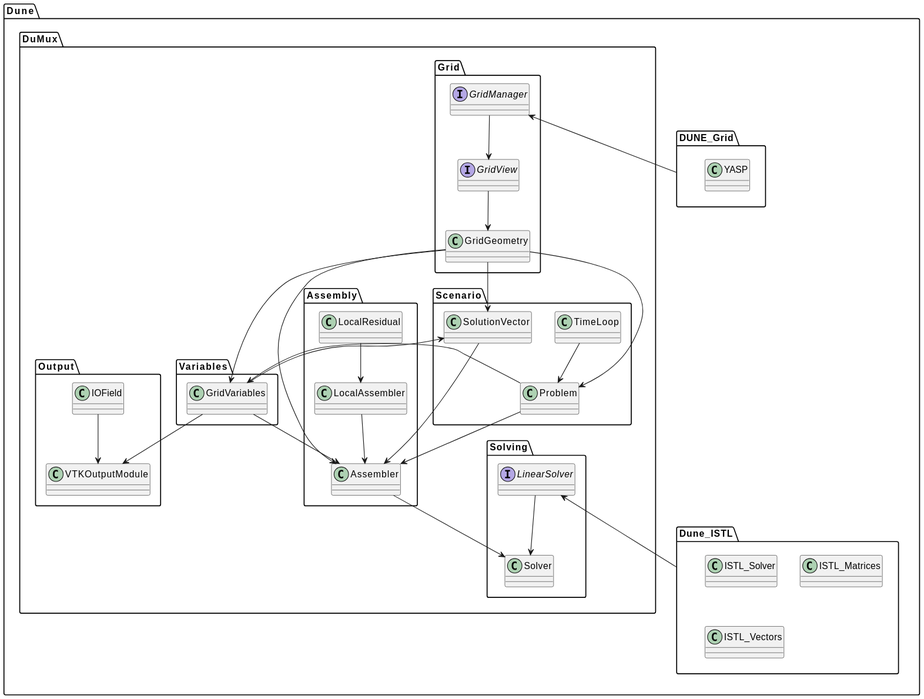
dumux/dumux keeps this PlantUML diagram as doc/doxygen/PUML/HLDD.svg. Above is the earlier version.
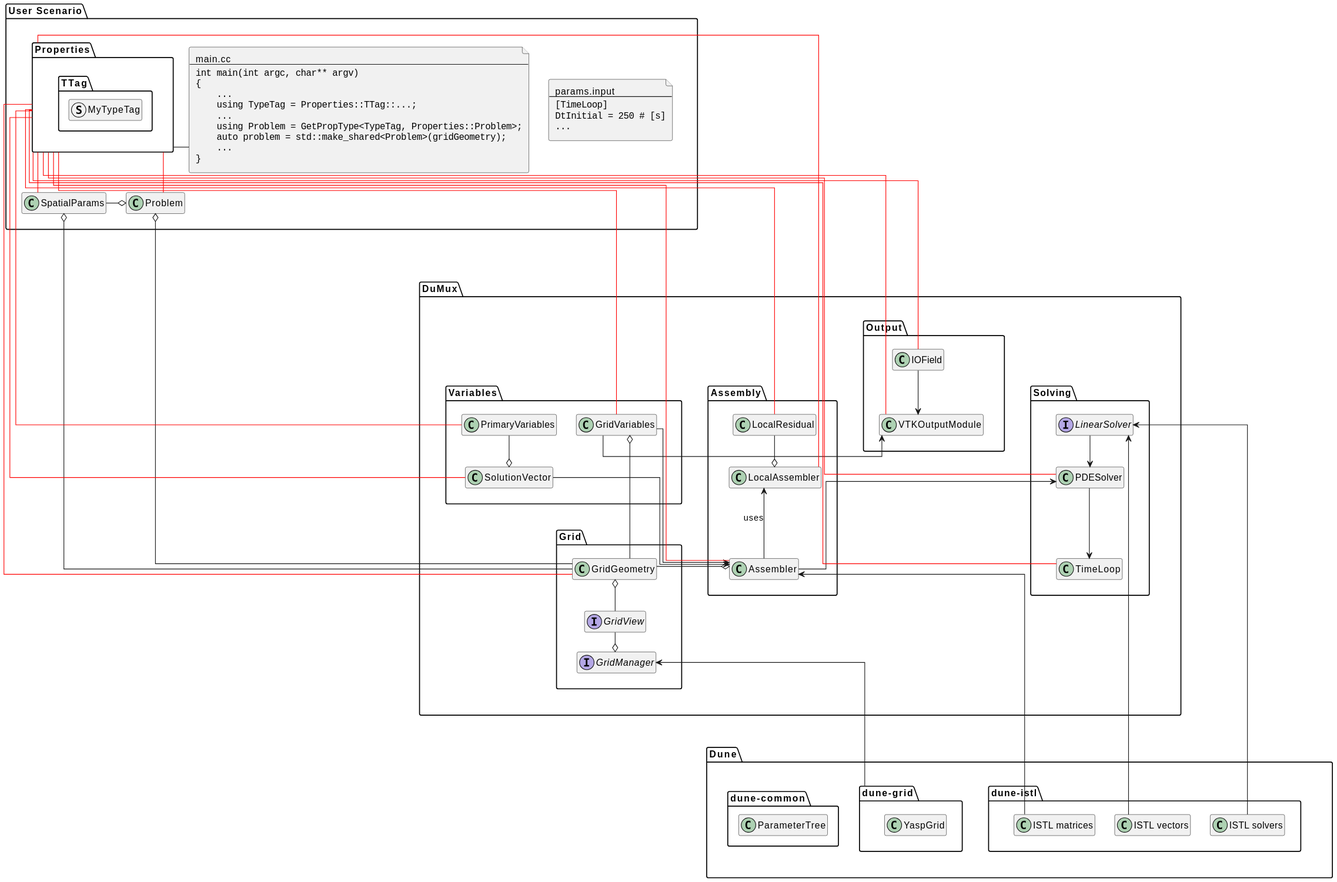
Above is the later version.

Commit message:
Somehow made it roughly work. still not perfect.

What changed in the source:
```diff
@@ -1,64 +1,138 @@
 @startuml
 scale 0.8
 top to bottom direction
+hide empty members
+set separator none
+skinparam lineType ortho
+skinparam nodesep 30
+skinparam ranksep 30
+
+package "User Scenario" {
+        class Problem{}
+        class SpatialParams{}
+        file params as "
+            params.input
+            ----
+            <code>
+            [TimeLoop]
+            DtInitial = 250 # [s]
+            ...
+            </code>
+        "
+        file main as "
+            main.cc
+            ----
+            <code>
+            int main(int argc, char** argv)
+            {
+                ...
+                using TypeTag = Properties::TTag::...;
+                ...
+                using Problem = GetPropType<TypeTag, Properties::Problem>;
+                auto problem = std::make_shared<Problem>(gridGeometry);
+                ...
+            }
+            </code>
+        "
+    package "Properties" {
+        package "TTag" {
+            struct MyTypeTag{}
+        }
+    }
+}
 package "Dune" {
-package "Dune_ISTL"{
-class ISTL_Solver
-class ISTL_Matrices
-class ISTL_Vectors
+    package "dune-istl" {
+class "ISTL solvers"
+class "ISTL matrices"
+class "ISTL vectors"
 }
-package DUNE_Grid{
-class YASP
+    package "dune-grid" {
+class "YaspGrid"
 }
-
+package "dune-common" {
+class "ParameterTree" {}
+}
+}
 package "DuMux" {
-package "Grid" {
-interface GridManager{}
-interface GridView{}
-class GridGeometry{}
+    package "Grid" {
+       interface GridManager{}
+       interface GridView{}
+       class GridGeometry{}
     }
     package "Variables" {
        class GridVariables{}
-    }
-    package "Scenario" {
-        class Problem{}
-        class TimeLoop{}
-        class SolutionVector{}
+       class PrimaryVariables{}
+       class SolutionVector{}
     }
     package "Assembly" [[./../html/group___assembly.html]] {
-        class Assembler  {}
+        class Assembler{}
         class LocalAssembler{}
         class LocalResidual{}
+
     }
     package "Solving" {
-        class Solver [[./../html/group___nonlinear.html]] {}
+        class PDESolver [[./../html/group___nonlinear.html]] {}
         interface LinearSolver [[./../html/group___linear.html]] {}
+        class TimeLoop{}
     }
     package "Output" {
         class IOField{}
         class VTKOutputModule
     }
 }
-}
-LinearSolver <-- "Dune_ISTL"
-GridManager <-- "DUNE_Grid"
-GridManager --> GridView
-GridView --> GridGeometry
-GridGeometry --> Problem
-GridGeometry --> GridVariables
-GridGeometry --> Assembler
-GridGeometry --> SolutionVector
-TimeLoop --> Problem
-LinearSolver --> Solver
-LocalResidual --> LocalAssembler
-LocalAssembler --> Assembler
-GridVariables --> VTKOutputModule
-GridVariables --> SolutionVector
+
+"Dune" -[hidden]u------ "DuMux"
+"DuMux" -[hidden]u----"User Scenario"
+"DuMux" -[hidden]u----- "User Scenario"
+"dune-grid" -[hidden]r---- "dune-istl"
+"ISTL solvers" -[hidden]r---- "ISTL matrices"
+"ISTL matrices" -[hidden]r---- "ISTL vectors"
+"ISTL vectors" -[hidden]r---- "ParameterTree"
+"YaspGrid" -[hidden]r---- "ISTL matrices"
+"Output" -[hidden]r---- "Solving"
+"Solving" -[hidden]r---- "Assembly"
+"Assembly" -[hidden]r---- "Variables"
+"Assembly" -[hidden]r---- "Variables"
+"Variables" -[hidden]r---- "Grid"
+"Variables" -[hidden]d---- "ISTL vectors"
+LinearSolver <-d- "ISTL solvers"
+Assembler <-d- "ISTL matrices"
+LinearSolver <-d- "ISTL vectors"
+ "dune-grid" -u--> GridManager
+GridManager o-u- GridView
+GridView -u-o GridGeometry
+GridGeometry -u-o Problem
+GridGeometry -u-o SpatialParams
+GridGeometry -l-o GridVariables
+GridGeometry -l-o Assembler
+LinearSolver -d-> PDESolver
+LocalResidual -d-o LocalAssembler
+LocalAssembler <-d- Assembler: uses
+GridVariables -l-> VTKOutputModule
+PrimaryVariables -d-o SolutionVector
 IOField --> VTKOutputModule
-Assembler --> Solver
+Assembler --> PDESolver
+PDESolver --> TimeLoop
 SolutionVector --> Assembler
-Problem --> GridVariables
-Problem --> Assembler
 GridVariables --> Assembler
-}
+SpatialParams -r-o Problem
+main -l- Properties
+"Output" -[hidden]r- "Solving"
+"Solving" -[hidden]r- "Assembly"
+"Assembly" -[hidden]r- "Variables"
+"Variables" -[hidden]r- "Grid"
+Properties -[#red]- GridGeometry
+Properties -[#red]d- GridVariables
+Properties -[#red]r- PrimaryVariables
+Properties -[#red]- SolutionVector
+Properties -[#red]- Assembler
+Properties -[#red]- LocalAssembler
+Properties -[#red]- LocalResidual
+Properties -[#red]- PDESolver
+Properties -[#red]- TimeLoop
+Properties -[#red]- IOField
+Properties -[#red]- VTKOutputModule
+Properties -[#red]- SpatialParams
+Properties -[#red] Problem
+params -[hidden]d- "Output"
 @enduml
```
